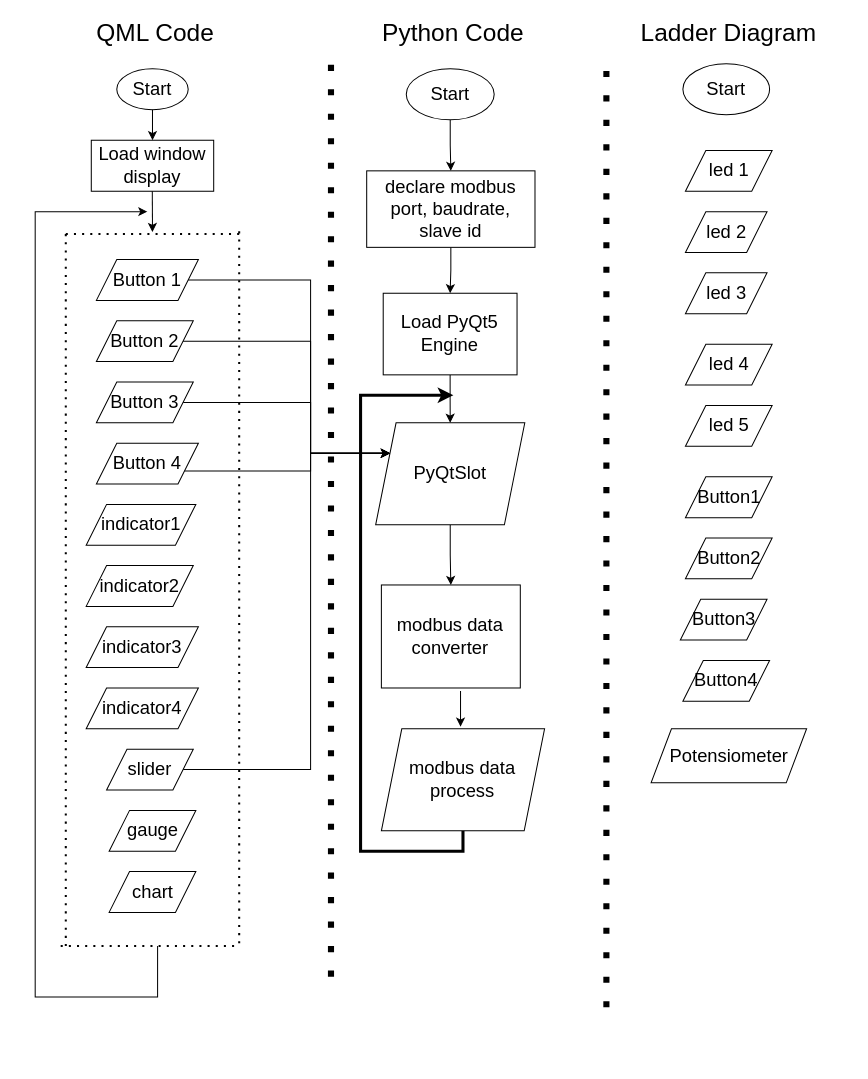
The draw.io diagram Untitled Diagram.drawio in muhammadhusni777/WORKSHOP-MINI-SCADA-PENS, before the edit. Source tidied: cells renumbered, new cells numbered last; positions are measured from the earlier drawing's top-left corner, leaving out a move shared by most shapes. Both pictures are drawn from the tidied source at 102%, with x=0, y=0 at pixel (35, 17).
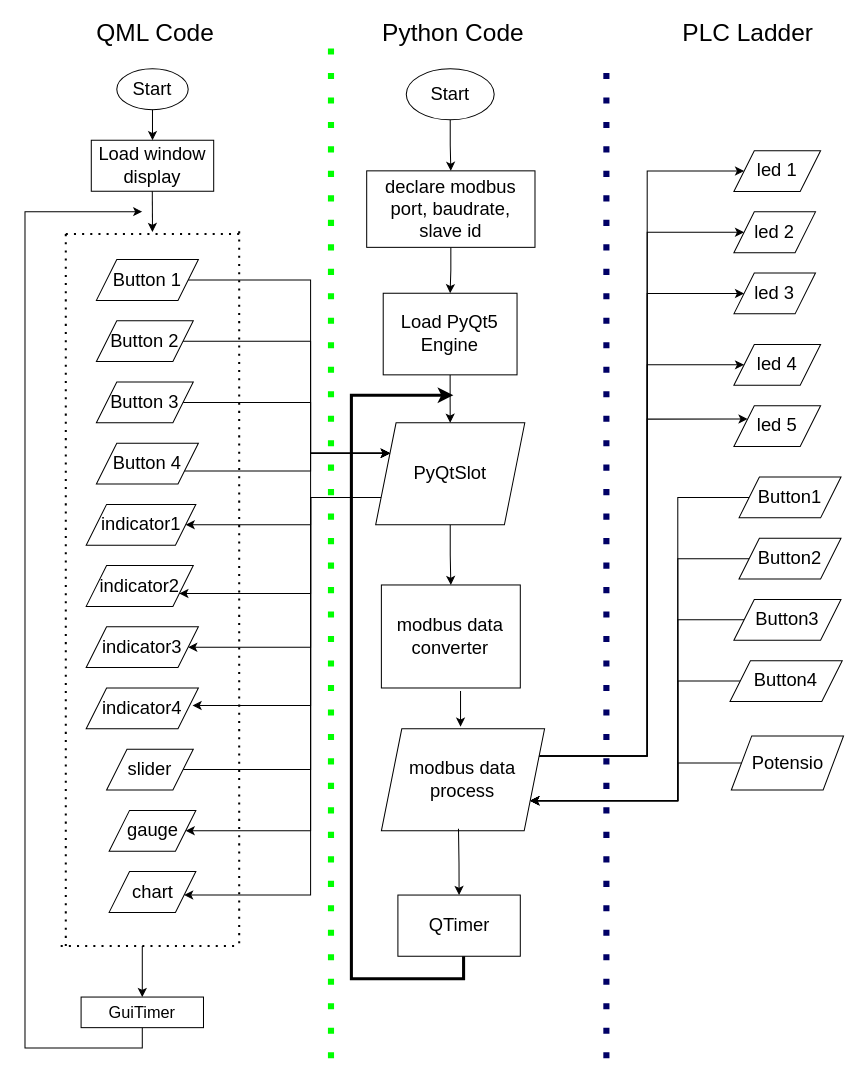
The same diagram, later.

The change refers to these unchanged cells:
```xml
<mxCell id="18" value="&lt;font style=&quot;font-size: 18px;&quot;&gt;PyQtSlot&lt;/font&gt;" style="shape=parallelogram;perimeter=parallelogramPerimeter;whiteSpace=wrap;html=1;fixedSize=1;" parent="1" vertex="1">
  <mxGeometry x="333.8" y="397" width="146.2" height="100" as="geometry" />
</mxCell>
<mxCell id="27" value="&lt;font style=&quot;font-size: 18px;&quot;&gt;indicator1&lt;/font&gt;" style="shape=parallelogram;perimeter=parallelogramPerimeter;whiteSpace=wrap;html=1;fixedSize=1;" parent="1" vertex="1">
  <mxGeometry x="50" y="477" width="107.5" height="40" as="geometry" />
</mxCell>
<mxCell id="28" value="&lt;font style=&quot;font-size: 18px;&quot;&gt;indicator2&lt;/font&gt;" style="shape=parallelogram;perimeter=parallelogramPerimeter;whiteSpace=wrap;html=1;fixedSize=1;" parent="1" vertex="1">
  <mxGeometry x="50" y="537" width="105" height="40" as="geometry" />
</mxCell>
<mxCell id="29" value="&lt;font style=&quot;font-size: 18px;&quot;&gt;indicator3&lt;/font&gt;" style="shape=parallelogram;perimeter=parallelogramPerimeter;whiteSpace=wrap;html=1;fixedSize=1;" parent="1" vertex="1">
  <mxGeometry x="50" y="597" width="110" height="40" as="geometry" />
</mxCell>
<mxCell id="30" value="&lt;font style=&quot;font-size: 18px;&quot;&gt;indicator4&lt;/font&gt;" style="shape=parallelogram;perimeter=parallelogramPerimeter;whiteSpace=wrap;html=1;fixedSize=1;" parent="1" vertex="1">
  <mxGeometry x="50" y="657" width="110" height="40" as="geometry" />
</mxCell>
<mxCell id="33" value="&lt;font style=&quot;font-size: 18px;&quot;&gt;gauge&lt;/font&gt;" style="shape=parallelogram;perimeter=parallelogramPerimeter;whiteSpace=wrap;html=1;fixedSize=1;" parent="1" vertex="1">
  <mxGeometry x="72.5" y="777" width="85" height="40" as="geometry" />
</mxCell>
<mxCell id="34" value="&lt;font style=&quot;font-size: 18px;&quot;&gt;chart&lt;/font&gt;" style="shape=parallelogram;perimeter=parallelogramPerimeter;whiteSpace=wrap;html=1;fixedSize=1;" parent="1" vertex="1">
  <mxGeometry x="72.5" y="837" width="85" height="40" as="geometry" />
</mxCell>
<mxCell id="53" value="&lt;font style=&quot;font-size: 18px;&quot;&gt;modbus data process&lt;/font&gt;" style="shape=parallelogram;perimeter=parallelogramPerimeter;whiteSpace=wrap;html=1;fixedSize=1;" parent="1" vertex="1">
  <mxGeometry x="339.4" y="697" width="160" height="100" as="geometry" />
</mxCell>
```

The edit, as a diff of the source:
```diff
@@
-    <mxCell id="2" style="endArrow=none;dashed=1;html=1;dashPattern=1 3;strokeWidth=6;rounded=0;" parent="1" edge="1">
+    <mxCell id="2" style="endArrow=none;dashed=1;html=1;dashPattern=1 3;strokeWidth=6;rounded=0;strokeColor=#00FF00;" parent="1" edge="1">
       <mxGeometry relative="1" as="geometry">
-        <mxPoint x="290" y="940" as="sourcePoint" />
+        <mxPoint x="290" y="1020" as="sourcePoint" />
         <mxPoint x="290" y="30" as="targetPoint" />
       </mxGeometry>
     </mxCell>
-    <mxCell id="3" style="endArrow=none;dashed=1;html=1;dashPattern=1 3;strokeWidth=6;rounded=0;" parent="1" edge="1">
+    <mxCell id="3" style="endArrow=none;dashed=1;html=1;dashPattern=1 3;strokeWidth=6;rounded=0;strokeColor=#000066;" parent="1" edge="1">
       <mxGeometry relative="1" as="geometry">
-        <mxPoint x="560" y="970" as="sourcePoint" />
+        <mxPoint x="560" y="1020" as="sourcePoint" />
         <mxPoint x="560" y="50" as="targetPoint" />
       </mxGeometry>
     </mxCell>
@@
-    <mxCell id="6" value="&lt;font style=&quot;font-size: 24px;&quot;&gt;Ladder Diagram&lt;/font&gt;" style="text;html=1;strokeColor=none;fillColor=none;align=center;verticalAlign=middle;whiteSpace=wrap;rounded=0;" parent="1" vertex="1">
-      <mxGeometry x="580" width="200" height="30" as="geometry" />
+    <mxCell id="6" value="&lt;font style=&quot;font-size: 24px;&quot;&gt;PLC Ladder&lt;/font&gt;" style="text;html=1;strokeColor=none;fillColor=none;align=center;verticalAlign=middle;whiteSpace=wrap;rounded=0;" parent="1" vertex="1">
+      <mxGeometry x="598.8" width="200" height="30" as="geometry" />
     </mxCell>
@@
-    <mxCell id="10" value="&lt;font style=&quot;font-size: 18px;&quot;&gt;Start&lt;/font&gt;" style="ellipse;whiteSpace=wrap;html=1;" parent="1" vertex="1">
-      <mxGeometry x="635" y="45" width="85" height="50" as="geometry" />
-    </mxCell>
@@
+    <mxCell id="55" style="edgeStyle=orthogonalEdgeStyle;rounded=0;jettySize=auto;html=1;exitX=0;exitY=0.75;exitDx=0;exitDy=0;entryX=1;entryY=0.5;entryDx=0;entryDy=0;" parent="1" edge="1" source="18" target="27">
+      <mxGeometry relative="1" as="geometry">
+        <Array as="points">
+          <mxPoint x="270" y="470" />
+          <mxPoint x="270" y="497" />
+        </Array>
+      </mxGeometry>
+    </mxCell>
+    <mxCell id="56" style="edgeStyle=orthogonalEdgeStyle;rounded=0;jettySize=auto;html=1;exitX=0;exitY=0.75;exitDx=0;exitDy=0;entryX=1;entryY=0.75;entryDx=0;entryDy=0;" parent="1" edge="1" source="18" target="28">
+      <mxGeometry relative="1" as="geometry">
+        <Array as="points">
+          <mxPoint x="270" y="470" />
+          <mxPoint x="270" y="564" />
+        </Array>
+      </mxGeometry>
+    </mxCell>
+    <mxCell id="57" style="edgeStyle=orthogonalEdgeStyle;rounded=0;jettySize=auto;html=1;exitX=0;exitY=0.75;exitDx=0;exitDy=0;entryX=1;entryY=0.5;entryDx=0;entryDy=0;" parent="1" edge="1" source="18" target="29">
+      <mxGeometry relative="1" as="geometry">
+        <Array as="points">
+          <mxPoint x="270" y="470" />
+          <mxPoint x="270" y="617" />
+        </Array>
+      </mxGeometry>
+    </mxCell>
+    <mxCell id="58" style="edgeStyle=orthogonalEdgeStyle;rounded=0;jettySize=auto;html=1;exitX=0;exitY=0.75;exitDx=0;exitDy=0;entryX=0.948;entryY=0.428;entryDx=0;entryDy=0;entryPerimeter=0;" parent="1" edge="1" source="18" target="30">
+      <mxGeometry relative="1" as="geometry">
+        <Array as="points">
+          <mxPoint x="270" y="470" />
+          <mxPoint x="270" y="674" />
+        </Array>
+      </mxGeometry>
+    </mxCell>
+    <mxCell id="59" style="edgeStyle=orthogonalEdgeStyle;rounded=0;jettySize=auto;html=1;exitX=0;exitY=0.75;exitDx=0;exitDy=0;entryX=1;entryY=0.5;entryDx=0;entryDy=0;" parent="1" edge="1" source="18" target="33">
+      <mxGeometry relative="1" as="geometry">
+        <Array as="points">
+          <mxPoint x="270" y="470" />
+          <mxPoint x="270" y="797" />
+        </Array>
+      </mxGeometry>
+    </mxCell>
+    <mxCell id="60" style="edgeStyle=orthogonalEdgeStyle;rounded=0;jettySize=auto;html=1;exitX=0;exitY=0.75;exitDx=0;exitDy=0;" parent="1" edge="1" source="18" target="34">
+      <mxGeometry relative="1" as="geometry">
+        <Array as="points">
+          <mxPoint x="270" y="470" />
+          <mxPoint x="270" y="860" />
+        </Array>
+      </mxGeometry>
+    </mxCell>
@@
     <mxCell id="35" value="&lt;font style=&quot;font-size: 18px;&quot;&gt;led 1&lt;/font&gt;" style="shape=parallelogram;perimeter=parallelogramPerimeter;whiteSpace=wrap;html=1;fixedSize=1;" parent="1" vertex="1">
-      <mxGeometry x="637.5" y="130" width="85" height="40" as="geometry" />
+      <mxGeometry x="685" y="130.2" width="85" height="40" as="geometry" />
     </mxCell>
     <mxCell id="36" value="&lt;font style=&quot;font-size: 18px;&quot;&gt;led 2&lt;/font&gt;" style="shape=parallelogram;perimeter=parallelogramPerimeter;whiteSpace=wrap;html=1;fixedSize=1;" parent="1" vertex="1">
-      <mxGeometry x="637.5" y="190" width="80" height="40" as="geometry" />
+      <mxGeometry x="685" y="190.2" width="80" height="40" as="geometry" />
     </mxCell>
     <mxCell id="37" value="&lt;font style=&quot;font-size: 18px;&quot;&gt;led 3&lt;/font&gt;" style="shape=parallelogram;perimeter=parallelogramPerimeter;whiteSpace=wrap;html=1;fixedSize=1;" parent="1" vertex="1">
-      <mxGeometry x="637.5" y="250" width="80" height="40" as="geometry" />
+      <mxGeometry x="685" y="250.2" width="80" height="40" as="geometry" />
     </mxCell>
     <mxCell id="38" value="&lt;font style=&quot;font-size: 18px;&quot;&gt;led 4&lt;/font&gt;" style="shape=parallelogram;perimeter=parallelogramPerimeter;whiteSpace=wrap;html=1;fixedSize=1;" parent="1" vertex="1">
-      <mxGeometry x="637.5" y="320" width="85" height="40" as="geometry" />
+      <mxGeometry x="685" y="320.2" width="85" height="40" as="geometry" />
     </mxCell>
@@
-    <mxCell id="45" style="endArrow=classic;html=1;rounded=0;" parent="1" edge="1">
+    <mxCell id="45" style="endArrow=classic;html=1;rounded=0;exitX=0.5;exitY=1;exitDx=0;exitDy=0;" parent="1" edge="1" source="71">
       <mxGeometry relative="1" as="geometry">
-        <mxPoint x="120" y="910" as="sourcePoint" />
-        <mxPoint x="110" y="190" as="targetPoint" />
+        <mxPoint x="105" y="190" as="targetPoint" />
         <Array as="points">
-          <mxPoint x="120" y="960" />
-          <mxPoint y="960" />
-          <mxPoint y="550" />
-          <mxPoint y="190" />
+          <mxPoint x="105" y="1010" />
+          <mxPoint x="-10" y="1010" />
+          <mxPoint x="-10" y="597" />
+          <mxPoint x="-10" y="237" />
+          <mxPoint x="-10" y="190" />
+          <mxPoint x="50" y="190" />
         </Array>
       </mxGeometry>
     </mxCell>
     <mxCell id="46" value="&lt;font style=&quot;font-size: 18px;&quot;&gt;led 5&lt;/font&gt;" style="shape=parallelogram;perimeter=parallelogramPerimeter;whiteSpace=wrap;html=1;fixedSize=1;" parent="1" vertex="1">
-      <mxGeometry x="637.5" y="380" width="85" height="40" as="geometry" />
+      <mxGeometry x="685" y="380.2" width="85" height="40" as="geometry" />
     </mxCell>
+    <mxCell id="61" style="edgeStyle=orthogonalEdgeStyle;rounded=0;jettySize=auto;html=1;exitX=0;exitY=0.5;exitDx=0;exitDy=0;entryX=1;entryY=0.75;entryDx=0;entryDy=0;" parent="1" edge="1" source="47" target="53">
+      <mxGeometry relative="1" as="geometry">
+        <Array as="points">
+          <mxPoint x="630" y="470" />
+          <mxPoint x="630" y="768" />
+        </Array>
+      </mxGeometry>
+    </mxCell>
     <mxCell id="47" value="&lt;font style=&quot;font-size: 18px;&quot;&gt;Button1&lt;/font&gt;" style="shape=parallelogram;perimeter=parallelogramPerimeter;whiteSpace=wrap;html=1;fixedSize=1;" parent="1" vertex="1">
-      <mxGeometry x="637.5" y="450" width="85" height="40" as="geometry" />
+      <mxGeometry x="690" y="450.2" width="100" height="40" as="geometry" />
     </mxCell>
+    <mxCell id="62" style="edgeStyle=orthogonalEdgeStyle;rounded=0;jettySize=auto;html=1;exitX=0;exitY=0.5;exitDx=0;exitDy=0;entryX=1;entryY=0.75;entryDx=0;entryDy=0;" parent="1" edge="1" source="48" target="53">
+      <mxGeometry relative="1" as="geometry">
+        <Array as="points">
+          <mxPoint x="630" y="530" />
+          <mxPoint x="630" y="768" />
+        </Array>
+      </mxGeometry>
+    </mxCell>
     <mxCell id="48" value="&lt;font style=&quot;font-size: 18px;&quot;&gt;Button2&lt;/font&gt;" style="shape=parallelogram;perimeter=parallelogramPerimeter;whiteSpace=wrap;html=1;fixedSize=1;" parent="1" vertex="1">
-      <mxGeometry x="637.5" y="510" width="85" height="40" as="geometry" />
+      <mxGeometry x="690" y="510.2" width="100" height="40" as="geometry" />
     </mxCell>
+    <mxCell id="63" style="edgeStyle=orthogonalEdgeStyle;rounded=0;jettySize=auto;html=1;exitX=0;exitY=0.5;exitDx=0;exitDy=0;entryX=1;entryY=0.75;entryDx=0;entryDy=0;" parent="1" edge="1" source="49" target="53">
+      <mxGeometry relative="1" as="geometry">
+        <Array as="points">
+          <mxPoint x="630" y="590" />
+          <mxPoint x="630" y="768" />
+        </Array>
+      </mxGeometry>
+    </mxCell>
     <mxCell id="49" value="&lt;font style=&quot;font-size: 18px;&quot;&gt;Button3&lt;/font&gt;" style="shape=parallelogram;perimeter=parallelogramPerimeter;whiteSpace=wrap;html=1;fixedSize=1;" parent="1" vertex="1">
-      <mxGeometry x="632.5" y="570" width="85" height="40" as="geometry" />
+      <mxGeometry x="685" y="570.2" width="105" height="40" as="geometry" />
     </mxCell>
+    <mxCell id="64" style="edgeStyle=orthogonalEdgeStyle;rounded=0;jettySize=auto;html=1;exitX=0;exitY=0.5;exitDx=0;exitDy=0;entryX=1;entryY=0.75;entryDx=0;entryDy=0;" parent="1" edge="1" source="50" target="53">
+      <mxGeometry relative="1" as="geometry">
+        <Array as="points">
+          <mxPoint x="630" y="650" />
+          <mxPoint x="630" y="768" />
+        </Array>
+      </mxGeometry>
+    </mxCell>
     <mxCell id="50" value="&lt;font style=&quot;font-size: 18px;&quot;&gt;Button4&lt;/font&gt;" style="shape=parallelogram;perimeter=parallelogramPerimeter;whiteSpace=wrap;html=1;fixedSize=1;" parent="1" vertex="1">
-      <mxGeometry x="635" y="630" width="85" height="40" as="geometry" />
+      <mxGeometry x="681.2" y="630.2" width="110" height="40" as="geometry" />
     </mxCell>
+    <mxCell id="65" style="edgeStyle=orthogonalEdgeStyle;rounded=0;jettySize=auto;html=1;exitX=0;exitY=0.5;exitDx=0;exitDy=0;entryX=1;entryY=0.75;entryDx=0;entryDy=0;" parent="1" edge="1" source="51" target="53">
+      <mxGeometry relative="1" as="geometry">
+        <Array as="points">
+          <mxPoint x="630" y="731" />
+          <mxPoint x="630" y="768" />
+        </Array>
+      </mxGeometry>
+    </mxCell>
-    <mxCell id="51" value="&lt;font style=&quot;font-size: 18px;&quot;&gt;Potensiometer&lt;/font&gt;" style="shape=parallelogram;perimeter=parallelogramPerimeter;whiteSpace=wrap;html=1;fixedSize=1;" parent="1" vertex="1">
-      <mxGeometry x="603.8" y="697" width="152.5" height="53" as="geometry" />
+    <mxCell id="51" value="&lt;font style=&quot;font-size: 18px;&quot;&gt;Potensio&lt;/font&gt;" style="shape=parallelogram;perimeter=parallelogramPerimeter;whiteSpace=wrap;html=1;fixedSize=1;" parent="1" vertex="1">
+      <mxGeometry x="682.5" y="704" width="110" height="53" as="geometry" />
     </mxCell>
-    <mxCell id="52" style="edgeStyle=orthogonalEdgeStyle;rounded=0;jettySize=auto;html=1;exitX=0.5;exitY=1;exitDx=0;exitDy=0;strokeColor=#000000;strokeWidth=3;" parent="1" edge="1" source="53">
+    <mxCell id="52" style="edgeStyle=orthogonalEdgeStyle;rounded=0;orthogonalLoop=1;jettySize=auto;html=1;strokeColor=#000000;strokeWidth=3;" parent="1" edge="1">
       <mxGeometry relative="1" as="geometry">
+        <mxPoint x="420" y="900" as="sourcePoint" />
         <mxPoint x="410" y="370" as="targetPoint" />
         <Array as="points">
-          <mxPoint x="419" y="817" />
-          <mxPoint x="319" y="817" />
-          <mxPoint x="319" y="370" />
+          <mxPoint x="420" y="942" />
+          <mxPoint x="310" y="942" />
+          <mxPoint x="310" y="370" />
         </Array>
       </mxGeometry>
     </mxCell>
+    <mxCell id="66" style="edgeStyle=orthogonalEdgeStyle;rounded=0;jettySize=auto;html=1;exitX=1;exitY=0.25;exitDx=0;exitDy=0;entryX=0;entryY=0.5;entryDx=0;entryDy=0;" parent="1" edge="1" source="53" target="35">
+      <mxGeometry relative="1" as="geometry">
+        <Array as="points">
+          <mxPoint x="600" y="724" />
+          <mxPoint x="600" y="150" />
+        </Array>
+      </mxGeometry>
+    </mxCell>
+    <mxCell id="67" style="edgeStyle=orthogonalEdgeStyle;rounded=0;jettySize=auto;html=1;exitX=1;exitY=0.25;exitDx=0;exitDy=0;entryX=0;entryY=0.5;entryDx=0;entryDy=0;" parent="1" edge="1" source="53" target="36">
+      <mxGeometry relative="1" as="geometry">
+        <Array as="points">
+          <mxPoint x="600" y="724" />
+          <mxPoint x="600" y="210" />
+        </Array>
+      </mxGeometry>
+    </mxCell>
+    <mxCell id="68" style="edgeStyle=orthogonalEdgeStyle;rounded=0;jettySize=auto;html=1;exitX=1;exitY=0.25;exitDx=0;exitDy=0;entryX=0;entryY=0.5;entryDx=0;entryDy=0;" parent="1" edge="1" source="53" target="37">
+      <mxGeometry relative="1" as="geometry">
+        <Array as="points">
+          <mxPoint x="600" y="724" />
+          <mxPoint x="600" y="270" />
+        </Array>
+      </mxGeometry>
+    </mxCell>
+    <mxCell id="69" style="edgeStyle=orthogonalEdgeStyle;rounded=0;jettySize=auto;html=1;exitX=1;exitY=0.25;exitDx=0;exitDy=0;entryX=0;entryY=0.5;entryDx=0;entryDy=0;" parent="1" edge="1" source="53" target="38">
+      <mxGeometry relative="1" as="geometry">
+        <Array as="points">
+          <mxPoint x="600" y="724" />
+          <mxPoint x="600" y="340" />
+        </Array>
+      </mxGeometry>
+    </mxCell>
+    <mxCell id="70" style="edgeStyle=orthogonalEdgeStyle;rounded=0;jettySize=auto;html=1;exitX=1;exitY=0.25;exitDx=0;exitDy=0;entryX=0;entryY=0.25;entryDx=0;entryDy=0;" parent="1" edge="1" source="53" target="46">
+      <mxGeometry relative="1" as="geometry">
+        <Array as="points">
+          <mxPoint x="600" y="724" />
+          <mxPoint x="600" y="393" />
+        </Array>
+      </mxGeometry>
+    </mxCell>
@@
+    <mxCell id="71" value="&lt;font size=&quot;3&quot;&gt;GuiTimer&lt;/font&gt;" style="rounded=0;whiteSpace=wrap;html=1;" parent="1" vertex="1">
+      <mxGeometry x="45" y="960" width="120" height="30" as="geometry" />
+    </mxCell>
+    <mxCell id="72" style="endArrow=classic;html=1;rounded=0;entryX=0.5;entryY=0;entryDx=0;entryDy=0;" parent="1" edge="1" target="71">
+      <mxGeometry relative="1" as="geometry">
+        <mxPoint x="105" y="910" as="sourcePoint" />
+      </mxGeometry>
+    </mxCell>
+    <mxCell id="73" value="&lt;font style=&quot;font-size: 18px;&quot;&gt;QTimer&lt;/font&gt;" style="rounded=0;whiteSpace=wrap;html=1;" parent="1" vertex="1">
+      <mxGeometry x="355.6" y="860" width="120" height="60" as="geometry" />
+    </mxCell>
+    <mxCell id="74" style="edgeStyle=orthogonalEdgeStyle;rounded=0;jettySize=auto;html=1;entryX=0.5;entryY=0;entryDx=0;entryDy=0;" parent="1" edge="1" target="73">
+      <mxGeometry relative="1" as="geometry">
+        <mxPoint x="415" y="795" as="sourcePoint" />
+      </mxGeometry>
+    </mxCell>
```
